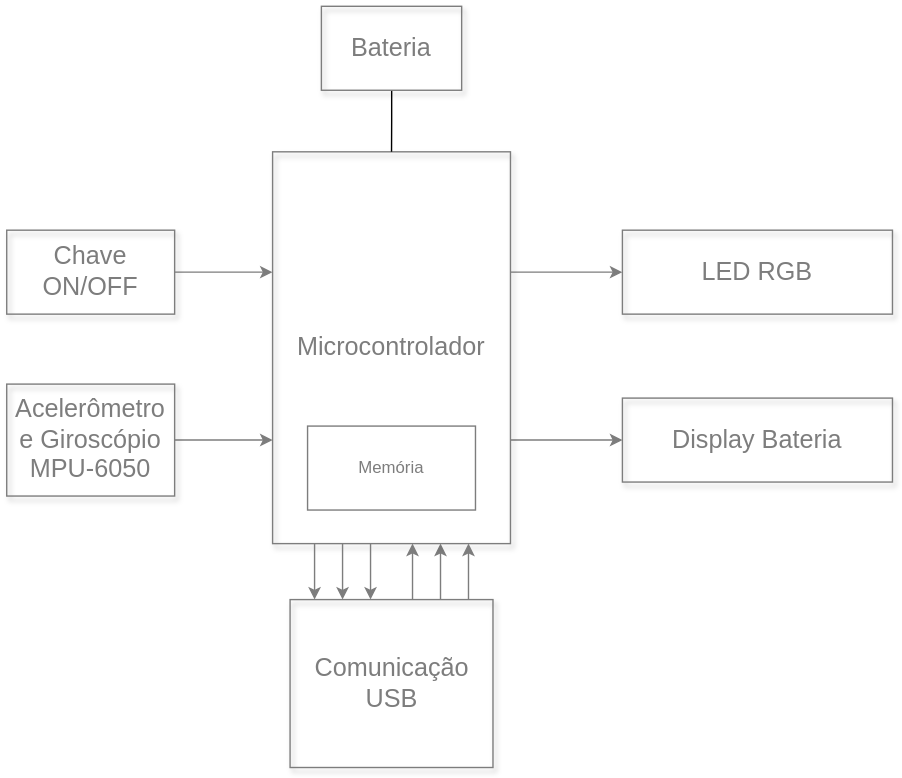
Earlier version of the draw.io export projetos/tennistracker/diagrama_estrutural.svg (teaching-FEEC/ea075-2024.1). Source tidied: cells renumbered, new cells last; positions are measured from the earlier drawing's top-left corner, leaving out a move shared by most shapes.
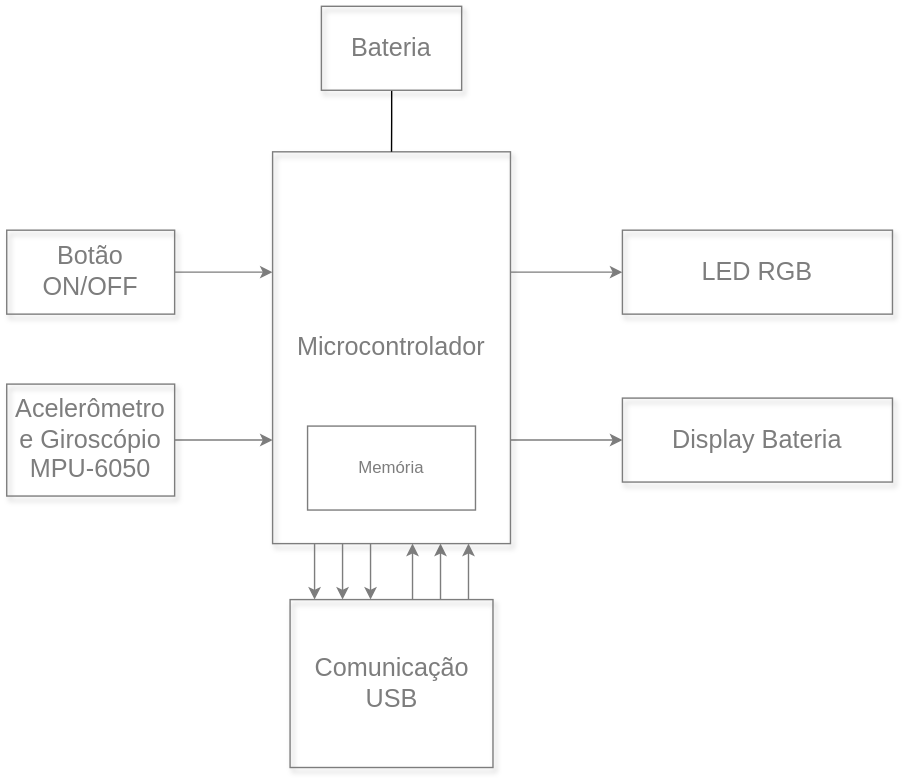
After the change.

Change to the diagram source:
```diff
@@ -33,7 +33,7 @@
     <mxCell id="10" style="edgeStyle=elbowEdgeStyle;rounded=0;html=1;startArrow=none;startFill=0;jettySize=auto;fontSize=18;elbow=vertical;strokeColor=#7d7d7d;" parent="1" edge="1" source="11" target="5">
       <mxGeometry relative="1" as="geometry" />
     </mxCell>
-    <mxCell id="11" value="Chave ON/OFF" style="whiteSpace=wrap;html=1;shadow=1;fontSize=18;fillColor=none;strokeColor=#7D7D7D;align=center;verticalAlign=middle;fontFamily=Helvetica;fontColor=#7D7D7D;" parent="1" vertex="1">
+    <mxCell id="11" value="Botão ON/OFF" style="whiteSpace=wrap;html=1;shadow=1;fontSize=18;fillColor=none;strokeColor=#7D7D7D;align=center;verticalAlign=middle;fontFamily=Helvetica;fontColor=#7D7D7D;" parent="1" vertex="1">
       <mxGeometry y="160" width="120" height="60" as="geometry" />
     </mxCell>
     <mxCell id="12" value="Comunicação&lt;div&gt;USB&lt;/div&gt;" style="whiteSpace=wrap;html=1;shadow=1;fontSize=18;fillColor=none;strokeColor=#7D7D7D;align=center;verticalAlign=middle;fontFamily=Helvetica;fontColor=#7D7D7D;" parent="1" vertex="1">
```
